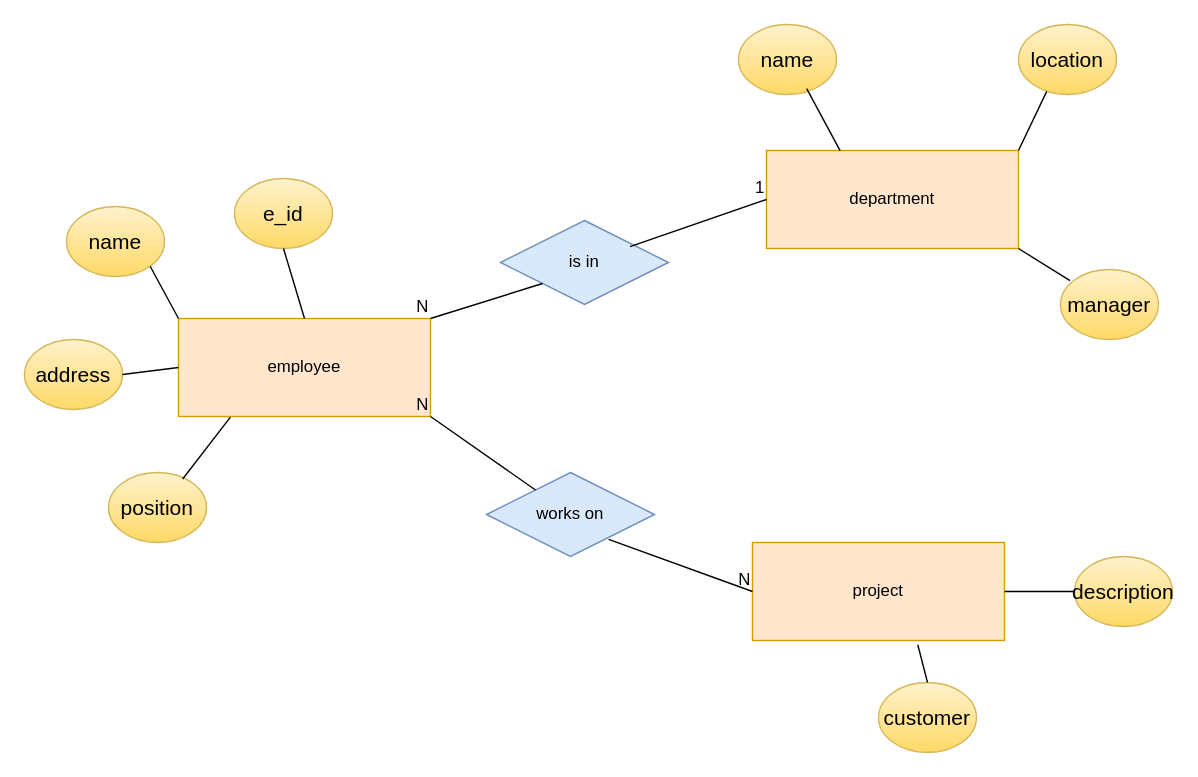
SyedSiddiqShakir/msc_iot_academic keeps this draw.io diagram as lsdp_l1_erm.drawio. Above is the earlier version. Source tidied: cells renumbered, new cells numbered last; positions are measured from the earlier drawing's top-left corner, leaving out a move shared by most shapes. Both pictures are drawn from the tidied source at 140%, with x=0, y=0 at pixel (24, 24).
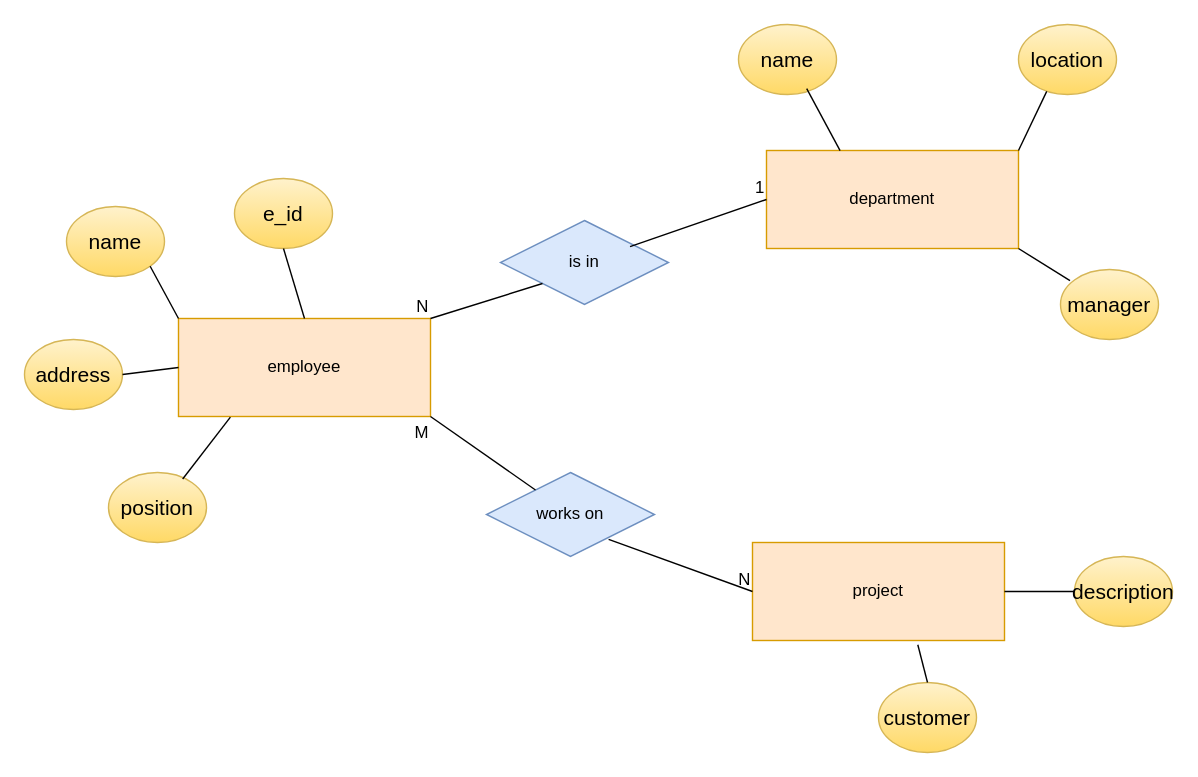
After the change.

The change refers to these unchanged cells:
```xml
<mxCell id="18" style="endArrow=none;html=1;rounded=0;entryX=1;entryY=1;entryDx=0;entryDy=0;" parent="1" edge="1" source="12" target="8">
  <mxGeometry relative="1" as="geometry" />
</mxCell>
```

The edit, as a diff of the source:
```diff
@@
-    <mxCell id="19" value="N" style="html=1;whiteSpace=wrap;align=right;verticalAlign=bottom;" parent="18" vertex="1">
-      <mxGeometry x="1" relative="1" as="geometry" />
+    <mxCell id="19" value="M" style="html=1;whiteSpace=wrap;align=right;verticalAlign=bottom;" parent="18" vertex="1">
+      <mxGeometry x="1" relative="1" as="geometry">
+        <mxPoint y="20" as="offset" />
+      </mxGeometry>
     </mxCell>
```
